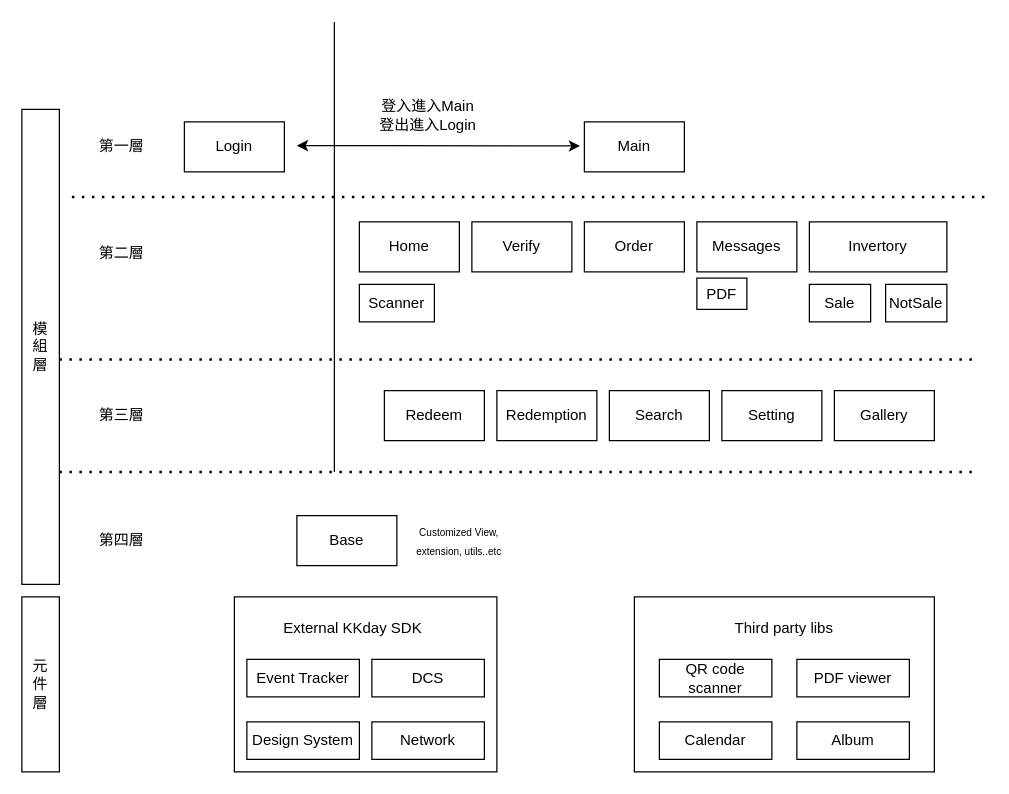
Earlier version of the draw.io diagram scm_architecture.drawio (MarkWang33/drawio). Source tidied: cells renumbered, new cells numbered last; positions are measured from the earlier drawing's top-left corner, leaving out a move shared by most shapes. Both pictures are drawn from the tidied source at 125%, with x=0, y=0 at pixel (21, 21).
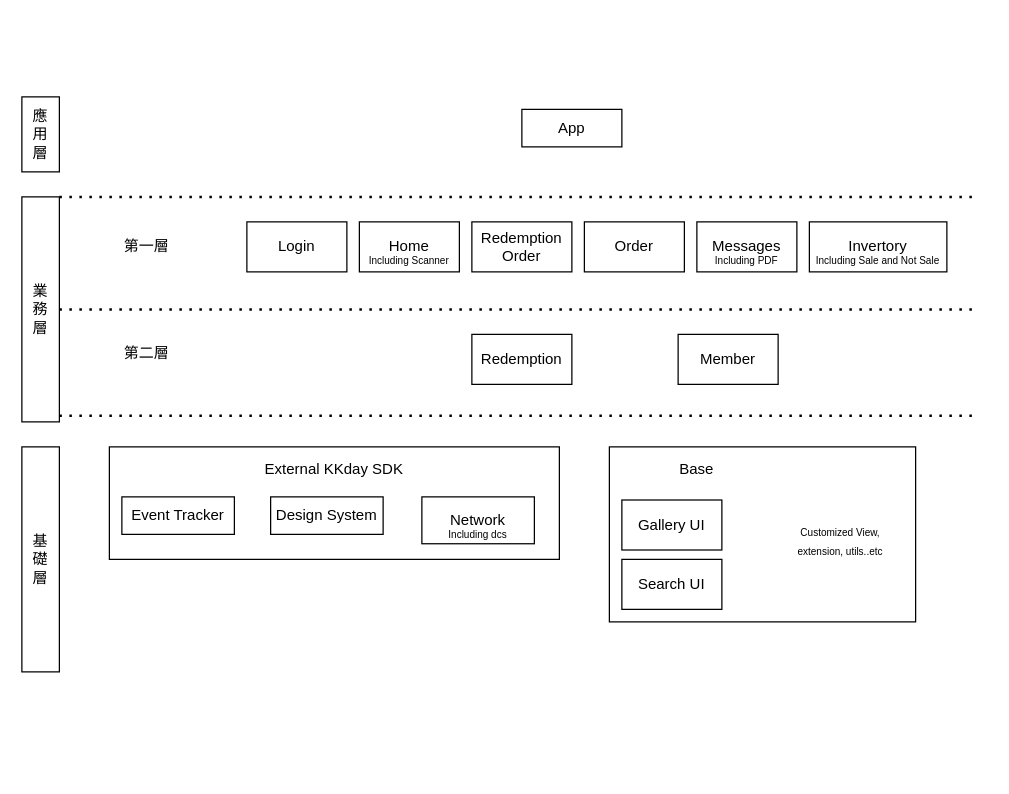
After the change.

Change to the diagram source:
```diff
@@
-    <mxCell id="2" value="元&lt;br&gt;件&lt;br&gt;層" style="rounded=0;whiteSpace=wrap;html=1;" parent="1" vertex="1">
-      <mxGeometry y="460" width="30" height="140" as="geometry" />
-    </mxCell>
-    <mxCell id="3" value="模&lt;br&gt;組&lt;br&gt;層" style="rounded=0;whiteSpace=wrap;html=1;" parent="1" vertex="1">
-      <mxGeometry y="70" width="30" height="380" as="geometry" />
+    <mxCell id="3" value="業&lt;br&gt;務&lt;br&gt;層" style="rounded=0;whiteSpace=wrap;html=1;" parent="1" vertex="1">
+      <mxGeometry y="140" width="30" height="180" as="geometry" />
     </mxCell>
     <mxCell id="4" value="Login" style="rounded=0;whiteSpace=wrap;html=1;" parent="1" vertex="1">
-      <mxGeometry x="130" y="80" width="80" height="40" as="geometry" />
+      <mxGeometry x="180" y="160" width="80" height="40" as="geometry" />
     </mxCell>
-    <mxCell id="5" value="Base" style="rounded=0;whiteSpace=wrap;html=1;" parent="1" vertex="1">
-      <mxGeometry x="220" y="395" width="80" height="40" as="geometry" />
+    <mxCell id="5" style="rounded=0;whiteSpace=wrap;html=1;" parent="1" vertex="1">
+      <mxGeometry x="470" y="340" width="245" height="140" as="geometry" />
     </mxCell>
-    <mxCell id="6" value="Main" style="rounded=0;whiteSpace=wrap;html=1;" parent="1" vertex="1">
-      <mxGeometry x="450" y="80" width="80" height="40" as="geometry" />
-    </mxCell>
@@
-    <mxCell id="8" value="Verify" style="rounded=0;whiteSpace=wrap;html=1;" parent="1" vertex="1">
+    <mxCell id="8" value="Redemption Order" style="rounded=0;whiteSpace=wrap;html=1;" parent="1" vertex="1">
       <mxGeometry x="360" y="160" width="80" height="40" as="geometry" />
     </mxCell>
@@
-    <mxCell id="12" value="Sale" style="rounded=0;whiteSpace=wrap;html=1;" parent="1" vertex="1">
-      <mxGeometry x="630" y="210" width="49" height="30" as="geometry" />
-    </mxCell>
-    <mxCell id="13" value="NotSale" style="rounded=0;whiteSpace=wrap;html=1;" parent="1" vertex="1">
-      <mxGeometry x="691" y="210" width="49" height="30" as="geometry" />
-    </mxCell>
-    <mxCell id="14" value="Setting" style="rounded=0;whiteSpace=wrap;html=1;" parent="1" vertex="1">
-      <mxGeometry x="560" y="295" width="80" height="40" as="geometry" />
+    <mxCell id="14" value="Member" style="rounded=0;whiteSpace=wrap;html=1;" parent="1" vertex="1">
+      <mxGeometry x="525" y="250" width="80" height="40" as="geometry" />
     </mxCell>
     <mxCell id="15" style="endArrow=none;dashed=1;html=1;dashPattern=1 3;strokeWidth=2;rounded=0;" parent="1" edge="1">
       <mxGeometry relative="1" as="geometry">
-        <mxPoint x="40" y="140" as="sourcePoint" />
-        <mxPoint x="770" y="140" as="targetPoint" />
+        <mxPoint x="30" y="140" as="sourcePoint" />
+        <mxPoint x="760" y="140" as="targetPoint" />
       </mxGeometry>
     </mxCell>
     <mxCell id="16" value="第一層" style="text;html=1;strokeColor=none;fillColor=none;align=center;verticalAlign=middle;whiteSpace=wrap;rounded=0;" parent="1" vertex="1">
-      <mxGeometry x="50" y="85" width="60" height="30" as="geometry" />
+      <mxGeometry x="70" y="165" width="60" height="30" as="geometry" />
     </mxCell>
     <mxCell id="17" value="第二層" style="text;html=1;strokeColor=none;fillColor=none;align=center;verticalAlign=middle;whiteSpace=wrap;rounded=0;" parent="1" vertex="1">
-      <mxGeometry x="50" y="170" width="60" height="30" as="geometry" />
+      <mxGeometry x="70" y="250" width="60" height="30" as="geometry" />
     </mxCell>
-    <mxCell id="18" value="第三層" style="text;html=1;strokeColor=none;fillColor=none;align=center;verticalAlign=middle;whiteSpace=wrap;rounded=0;" parent="1" vertex="1">
-      <mxGeometry x="50" y="300" width="60" height="30" as="geometry" />
-    </mxCell>
     <mxCell id="19" style="endArrow=none;dashed=1;html=1;dashPattern=1 3;strokeWidth=2;rounded=0;" parent="1" edge="1">
       <mxGeometry relative="1" as="geometry">
-        <mxPoint x="30" y="270" as="sourcePoint" />
-        <mxPoint x="760" y="270" as="targetPoint" />
+        <mxPoint x="30" y="230" as="sourcePoint" />
+        <mxPoint x="760" y="230" as="targetPoint" />
       </mxGeometry>
     </mxCell>
-    <mxCell id="20" value="第四層" style="text;html=1;strokeColor=none;fillColor=none;align=center;verticalAlign=middle;whiteSpace=wrap;rounded=0;" parent="1" vertex="1">
-      <mxGeometry x="50" y="400" width="60" height="30" as="geometry" />
-    </mxCell>
     <mxCell id="21" style="endArrow=none;dashed=1;html=1;dashPattern=1 3;strokeWidth=2;rounded=0;" parent="1" edge="1">
       <mxGeometry relative="1" as="geometry">
-        <mxPoint x="30" y="360" as="sourcePoint" />
-        <mxPoint x="760" y="360" as="targetPoint" />
+        <mxPoint x="30" y="315" as="sourcePoint" />
+        <mxPoint x="760" y="315" as="targetPoint" />
       </mxGeometry>
     </mxCell>
-    <mxCell id="22" style="group;" parent="1" vertex="1">
-      <mxGeometry x="490" y="460" width="240" height="140" as="geometry" />
-    </mxCell>
-    <mxCell id="23" style="rounded=0;whiteSpace=wrap;html=1;" parent="22" vertex="1">
-      <mxGeometry width="240" height="140" as="geometry" />
-    </mxCell>
-    <mxCell id="24" value="QR code scanner" style="rounded=0;whiteSpace=wrap;html=1;" parent="22" vertex="1">
-      <mxGeometry x="20" y="50" width="90" height="30" as="geometry" />
-    </mxCell>
-    <mxCell id="25" value="Calendar" style="rounded=0;whiteSpace=wrap;html=1;" parent="22" vertex="1">
-      <mxGeometry x="20" y="100" width="90" height="30" as="geometry" />
-    </mxCell>
-    <mxCell id="26" value="Album" style="rounded=0;whiteSpace=wrap;html=1;" parent="22" vertex="1">
-      <mxGeometry x="130" y="100" width="90" height="30" as="geometry" />
-    </mxCell>
-    <mxCell id="27" value="PDF viewer" style="rounded=0;whiteSpace=wrap;html=1;" parent="22" vertex="1">
-      <mxGeometry x="130" y="50" width="90" height="30" as="geometry" />
-    </mxCell>
-    <mxCell id="28" value="Third party libs" style="text;html=1;strokeColor=none;fillColor=none;align=center;verticalAlign=middle;whiteSpace=wrap;rounded=0;" parent="22" vertex="1">
-      <mxGeometry x="55" y="10" width="130" height="30" as="geometry" />
-    </mxCell>
-    <mxCell id="29" style="group;" parent="1" vertex="1">
-      <mxGeometry x="170" y="460" width="210" height="140" as="geometry" />
-    </mxCell>
+    <mxCell id="39" value="&lt;font style=&quot;font-size: 8px;&quot;&gt;Customized View, extension, utils..etc&lt;/font&gt;" style="text;html=1;strokeColor=none;fillColor=none;align=center;verticalAlign=middle;whiteSpace=wrap;rounded=0;" parent="1" vertex="1">
+      <mxGeometry x="605" y="400" width="100" height="30" as="geometry" />
+    </mxCell>
+    <mxCell id="41" value="Gallery UI" style="rounded=0;whiteSpace=wrap;html=1;" parent="1" vertex="1">
+      <mxGeometry x="480" y="382.5" width="80" height="40" as="geometry" />
+    </mxCell>
+    <mxCell id="42" value="Search UI" style="rounded=0;whiteSpace=wrap;html=1;" parent="1" vertex="1">
+      <mxGeometry x="480" y="430" width="80" height="40" as="geometry" />
+    </mxCell>
+    <mxCell id="44" value="Redemption" style="rounded=0;whiteSpace=wrap;html=1;" parent="1" vertex="1">
+      <mxGeometry x="360" y="250" width="80" height="40" as="geometry" />
+    </mxCell>
+    <mxCell id="46" value="基&lt;br&gt;礎&lt;br&gt;層" style="rounded=0;whiteSpace=wrap;html=1;" parent="1" vertex="1">
+      <mxGeometry y="340" width="30" height="180" as="geometry" />
+    </mxCell>
+    <mxCell id="47" value="App" style="rounded=0;whiteSpace=wrap;html=1;" parent="1" vertex="1">
+      <mxGeometry x="400" y="70" width="80" height="30" as="geometry" />
+    </mxCell>
+    <mxCell id="48" value="應&lt;br&gt;用&lt;br&gt;層" style="rounded=0;whiteSpace=wrap;html=1;" parent="1" vertex="1">
+      <mxGeometry y="60" width="30" height="60" as="geometry" />
+    </mxCell>
+    <mxCell id="49" style="edgeStyle=orthogonalEdgeStyle;rounded=0;orthogonalLoop=1;jettySize=auto;html=1;exitX=0.5;exitY=1;exitDx=0;exitDy=0;" parent="1" edge="1" source="48" target="48">
+      <mxGeometry relative="1" as="geometry" />
+    </mxCell>
+    <mxCell id="50" value="Base" style="text;html=1;strokeColor=none;fillColor=none;align=center;verticalAlign=middle;whiteSpace=wrap;rounded=0;" parent="1" vertex="1">
+      <mxGeometry x="510" y="342.5" width="60" height="30" as="geometry" />
+    </mxCell>
+    <mxCell id="51" value="&lt;font style=&quot;font-size: 8px;&quot;&gt;Including Scanner&lt;/font&gt;" style="text;html=1;strokeColor=none;fillColor=none;align=center;verticalAlign=middle;whiteSpace=wrap;rounded=0;" parent="1" vertex="1">
+      <mxGeometry x="270" y="180" width="80" height="20" as="geometry" />
+    </mxCell>
+    <mxCell id="52" value="&lt;font style=&quot;font-size: 8px;&quot;&gt;Including PDF&lt;/font&gt;" style="text;html=1;strokeColor=none;fillColor=none;align=center;verticalAlign=middle;whiteSpace=wrap;rounded=0;" parent="1" vertex="1">
+      <mxGeometry x="540" y="180" width="80" height="20" as="geometry" />
+    </mxCell>
+    <mxCell id="53" value="&lt;font style=&quot;font-size: 8px;&quot;&gt;Including Sale and Not Sale&lt;/font&gt;" style="text;html=1;strokeColor=none;fillColor=none;align=center;verticalAlign=middle;whiteSpace=wrap;rounded=0;" parent="1" vertex="1">
+      <mxGeometry x="625" y="180" width="120" height="20" as="geometry" />
+    </mxCell>
-    <mxCell id="30" style="rounded=0;whiteSpace=wrap;html=1;" parent="29" vertex="1">
-      <mxGeometry width="210" height="140" as="geometry" />
+    <mxCell id="30" style="rounded=0;whiteSpace=wrap;html=1;" parent="1" vertex="1">
+      <mxGeometry x="70" y="340" width="360" height="90" as="geometry" />
     </mxCell>
-    <mxCell id="31" value="Design System" style="rounded=0;whiteSpace=wrap;html=1;" parent="29" vertex="1">
-      <mxGeometry x="10" y="100" width="90" height="30" as="geometry" />
+    <mxCell id="31" value="Design System" style="rounded=0;whiteSpace=wrap;html=1;" parent="1" vertex="1">
+      <mxGeometry x="199" y="380" width="90" height="30" as="geometry" />
     </mxCell>
-    <mxCell id="32" value="Event Tracker" style="rounded=0;whiteSpace=wrap;html=1;" parent="29" vertex="1">
-      <mxGeometry x="10" y="50" width="90" height="30" as="geometry" />
+    <mxCell id="32" value="Event Tracker" style="rounded=0;whiteSpace=wrap;html=1;" parent="1" vertex="1">
+      <mxGeometry x="80" y="380" width="90" height="30" as="geometry" />
     </mxCell>
-    <mxCell id="33" value="Network" style="rounded=0;whiteSpace=wrap;html=1;" parent="29" vertex="1">
-      <mxGeometry x="110" y="100" width="90" height="30" as="geometry" />
+    <mxCell id="33" value="Network" style="rounded=0;whiteSpace=wrap;html=1;" parent="1" vertex="1">
+      <mxGeometry x="320" y="380" width="90" height="37.5" as="geometry" />
     </mxCell>
-    <mxCell id="34" value="DCS" style="rounded=0;whiteSpace=wrap;html=1;" parent="29" vertex="1">
-      <mxGeometry x="110" y="50" width="90" height="30" as="geometry" />
-    </mxCell>
-    <mxCell id="35" value="External KKday SDK" style="text;html=1;strokeColor=none;fillColor=none;align=center;verticalAlign=middle;whiteSpace=wrap;rounded=0;" parent="29" vertex="1">
-      <mxGeometry x="30" y="10" width="130" height="30" as="geometry" />
+    <mxCell id="35" value="External KKday SDK" style="text;html=1;strokeColor=none;fillColor=none;align=center;verticalAlign=middle;whiteSpace=wrap;rounded=0;" parent="1" vertex="1">
+      <mxGeometry x="185" y="342.5" width="130" height="30" as="geometry" />
     </mxCell>
-    <mxCell id="36" style="endArrow=none;html=1;rounded=0;" parent="1" edge="1">
-      <mxGeometry relative="1" as="geometry">
-        <mxPoint x="250" y="360" as="sourcePoint" />
-        <mxPoint x="250" as="targetPoint" />
-      </mxGeometry>
-    </mxCell>
-    <mxCell id="37" style="endArrow=classic;startArrow=classic;html=1;rounded=0;entryX=-0.043;entryY=0.482;entryDx=0;entryDy=0;entryPerimeter=0;" parent="1" edge="1" target="6">
-      <mxGeometry relative="1" as="geometry">
-        <mxPoint x="220" y="99" as="sourcePoint" />
-        <Array as="points">
-          <mxPoint x="290" y="99" />
-        </Array>
-      </mxGeometry>
-    </mxCell>
-    <mxCell id="38" value="登入進入Main&lt;br&gt;登出進入Login" style="text;html=1;strokeColor=none;fillColor=none;align=center;verticalAlign=middle;whiteSpace=wrap;rounded=0;" parent="1" vertex="1">
-      <mxGeometry x="270" y="60" width="110" height="30" as="geometry" />
-    </mxCell>
-    <mxCell id="39" value="&lt;font style=&quot;font-size: 8px;&quot;&gt;Customized View, extension, utils..etc&lt;/font&gt;" style="text;html=1;strokeColor=none;fillColor=none;align=center;verticalAlign=middle;whiteSpace=wrap;rounded=0;" parent="1" vertex="1">
-      <mxGeometry x="300" y="400" width="100" height="30" as="geometry" />
-    </mxCell>
-    <mxCell id="40" value="PDF" style="rounded=0;whiteSpace=wrap;html=1;" parent="1" vertex="1">
-      <mxGeometry x="540" y="205" width="40" height="25" as="geometry" />
-    </mxCell>
-    <mxCell id="41" value="Gallery" style="rounded=0;whiteSpace=wrap;html=1;" parent="1" vertex="1">
-      <mxGeometry x="650" y="295" width="80" height="40" as="geometry" />
-    </mxCell>
-    <mxCell id="42" value="Search" style="rounded=0;whiteSpace=wrap;html=1;" parent="1" vertex="1">
-      <mxGeometry x="470" y="295" width="80" height="40" as="geometry" />
-    </mxCell>
-    <mxCell id="43" value="Redeem" style="rounded=0;whiteSpace=wrap;html=1;" parent="1" vertex="1">
-      <mxGeometry x="290" y="295" width="80" height="40" as="geometry" />
-    </mxCell>
-    <mxCell id="44" value="Redemption" style="rounded=0;whiteSpace=wrap;html=1;" parent="1" vertex="1">
-      <mxGeometry x="380" y="295" width="80" height="40" as="geometry" />
-    </mxCell>
-    <mxCell id="45" value="Scanner" style="rounded=0;whiteSpace=wrap;html=1;" parent="1" vertex="1">
-      <mxGeometry x="270" y="210" width="60" height="30" as="geometry" />
-    </mxCell>
+    <mxCell id="54" value="Including dcs" style="text;html=1;strokeColor=none;fillColor=none;align=center;verticalAlign=middle;whiteSpace=wrap;rounded=0;fontSize=8;" parent="1" vertex="1">
+      <mxGeometry x="335" y="395" width="60" height="30" as="geometry" />
+    </mxCell>
```
